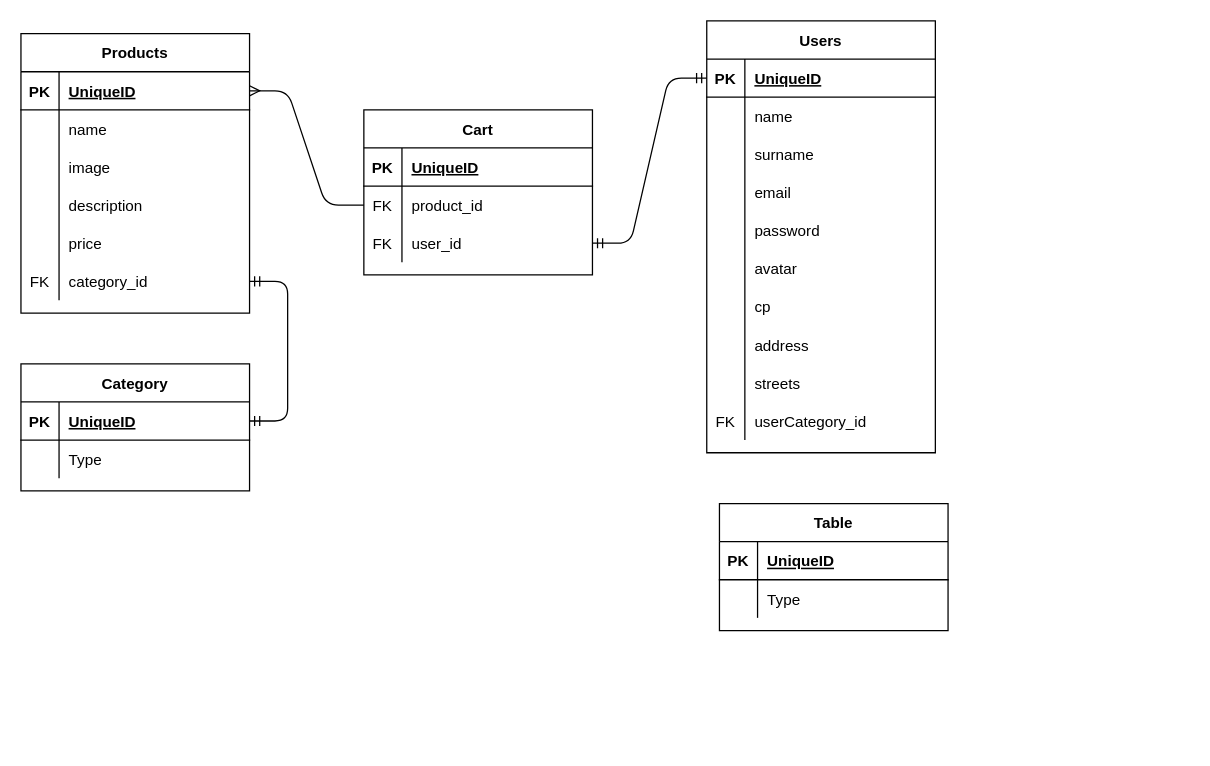
Before: tablesdb.drawio in 1120CDFSNCN29ARED/grupo-07, a draw.io diagram. Source tidied: cells renumbered, new cells numbered last; positions are measured from the earlier drawing's top-left corner, leaving out a move shared by most shapes. Both pictures are drawn from the tidied source at 127%, with x=0, y=0 at pixel (20, 20).
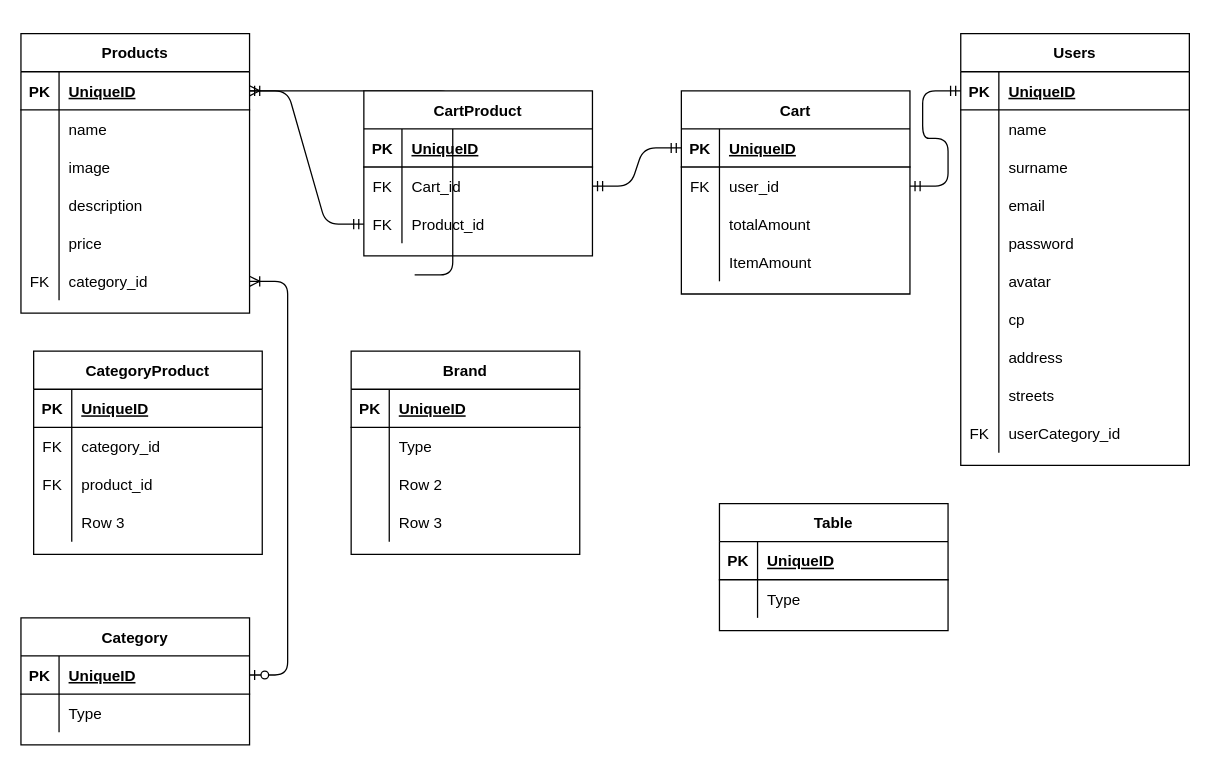
The same page after the edit.

Unchanged cells that the change refers to:
```xml
<mxCell id="3" style="shape=partialRectangle;fillColor=none;top=0;left=0;bottom=1;right=0;points=[[0,0.5],[1,0.5]];portConstraint=eastwest;" parent="2" vertex="1">
  <mxGeometry y="30" width="180" height="30" as="geometry" />
</mxCell>
<mxCell id="18" style="shape=partialRectangle;fillColor=none;top=0;left=0;bottom=0;right=0;points=[[0,0.5],[1,0.5]];portConstraint=eastwest;" parent="2" vertex="1">
  <mxGeometry y="180" width="180" height="30" as="geometry" />
</mxCell>
<mxCell id="53" style="shape=partialRectangle;fillColor=none;top=0;left=0;bottom=1;right=0;points=[[0,0.5],[1,0.5]];portConstraint=eastwest;" parent="52" vertex="1">
  <mxGeometry y="30" width="180" height="30" as="geometry" />
</mxCell>
<mxCell id="68" style="shape=partialRectangle;fillColor=none;top=0;left=0;bottom=1;right=0;points=[[0,0.5],[1,0.5]];portConstraint=eastwest;" parent="67" vertex="1">
  <mxGeometry y="30" width="180" height="30" as="geometry" />
</mxCell>
```

Diff of the diagram source:
```diff
@@
     <mxCell id="21" value="Users" style="shape=table;startSize=30;childLayout=tableLayout;rowLines=0;fontStyle=1;align=center;" parent="1" vertex="1">
-      <mxGeometry x="540" width="180" height="340" as="geometry" />
+      <mxGeometry x="740" y="10" width="180" height="340" as="geometry" />
     </mxCell>
@@
     <mxCell id="52" value="Category" style="shape=table;startSize=30;childLayout=tableLayout;rowLines=0;fontStyle=1;align=center;" parent="1" vertex="1">
-      <mxGeometry y="270" width="180" height="100" as="geometry" />
+      <mxGeometry y="470" width="180" height="100" as="geometry" />
     </mxCell>
@@
-    <mxCell id="59" style="edgeStyle=entityRelationEdgeStyle;fontSize=12;html=1;endArrow=ERmandOne;startArrow=ERmandOne;entryX=1;entryY=0.5;entryDx=0;entryDy=0;" parent="1" edge="1" source="53" target="18">
-      <mxGeometry relative="1" as="geometry" />
-    </mxCell>
@@
     <mxCell id="67" value="Cart" style="shape=table;startSize=30;childLayout=tableLayout;rowLines=0;fontStyle=1;align=center;" parent="1" vertex="1">
-      <mxGeometry x="270" y="70" width="180" height="130" as="geometry" />
+      <mxGeometry x="520" y="55" width="180" height="160" as="geometry" />
     </mxCell>
@@
-    <mxCell id="71" style="shape=partialRectangle;fillColor=none;top=0;left=0;bottom=0;right=0;points=[[0,0.5],[1,0.5]];portConstraint=eastwest;" parent="67" vertex="1">
-      <mxGeometry y="60" width="180" height="30" as="geometry" />
-    </mxCell>
-    <mxCell id="72" value="FK" style="shape=partialRectangle;fillColor=none;top=0;left=0;bottom=0;right=0;overflow=hidden;" parent="71" vertex="1">
-      <mxGeometry width="30" height="30" as="geometry" />
-    </mxCell>
-    <mxCell id="73" value="product_id" style="shape=partialRectangle;fillColor=none;top=0;left=0;bottom=0;right=0;align=left;spacingLeft=6;overflow=hidden;" parent="71" vertex="1">
-      <mxGeometry x="30" width="150" height="30" as="geometry" />
-    </mxCell>
     <mxCell id="74" style="shape=partialRectangle;fillColor=none;top=0;left=0;bottom=0;right=0;points=[[0,0.5],[1,0.5]];portConstraint=eastwest;" parent="67" vertex="1">
-      <mxGeometry y="90" width="180" height="30" as="geometry" />
+      <mxGeometry y="60" width="180" height="30" as="geometry" />
     </mxCell>
@@
+    <mxCell id="79" style="shape=partialRectangle;fillColor=none;top=0;left=0;bottom=0;right=0;" parent="67" vertex="1">
+      <mxGeometry y="90" width="180" height="30" as="geometry" />
+    </mxCell>
+    <mxCell id="80" style="shape=partialRectangle;fillColor=none;top=0;left=0;bottom=0;right=0;overflow=hidden;" parent="79" vertex="1">
+      <mxGeometry width="30" height="30" as="geometry" />
+    </mxCell>
+    <mxCell id="81" value="totalAmount" style="shape=partialRectangle;fillColor=none;top=0;left=0;bottom=0;right=0;align=left;spacingLeft=6;overflow=hidden;" parent="79" vertex="1">
+      <mxGeometry x="30" width="150" height="30" as="geometry" />
+    </mxCell>
+    <mxCell id="82" style="shape=partialRectangle;fillColor=none;top=0;left=0;bottom=0;right=0;" parent="67" vertex="1">
+      <mxGeometry y="120" width="180" height="30" as="geometry" />
+    </mxCell>
+    <mxCell id="83" style="shape=partialRectangle;fillColor=none;top=0;left=0;bottom=0;right=0;overflow=hidden;" parent="82" vertex="1">
+      <mxGeometry width="30" height="30" as="geometry" />
+    </mxCell>
+    <mxCell id="84" value="ItemAmount" style="shape=partialRectangle;fillColor=none;top=0;left=0;bottom=0;right=0;align=left;spacingLeft=6;overflow=hidden;" parent="82" vertex="1">
+      <mxGeometry x="30" width="150" height="30" as="geometry" />
+    </mxCell>
-    <mxCell id="77" style="edgeStyle=entityRelationEdgeStyle;fontSize=12;html=1;endArrow=ERmany;exitX=0;exitY=0.5;exitDx=0;exitDy=0;" parent="1" edge="1" source="71" target="3">
-      <mxGeometry relative="1" as="geometry" />
+    <mxCell id="77" style="edgeStyle=entityRelationEdgeStyle;fontSize=12;html=1;endArrow=ERmany;exitX=0;exitY=0.5;exitDx=0;exitDy=0;" parent="1" edge="1" target="3">
+      <mxGeometry relative="1" as="geometry">
+        <mxPoint x="310" y="200" as="sourcePoint" />
+      </mxGeometry>
     </mxCell>
@@
+    <mxCell id="85" value="CartProduct" style="shape=table;startSize=30;childLayout=tableLayout;rowLines=0;fontStyle=1;align=center;" parent="1" vertex="1">
+      <mxGeometry x="270" y="55" width="180" height="130" as="geometry" />
+    </mxCell>
+    <mxCell id="86" style="shape=partialRectangle;fillColor=none;top=0;left=0;bottom=1;right=0;points=[[0,0.5],[1,0.5]];portConstraint=eastwest;" parent="85" vertex="1">
+      <mxGeometry y="30" width="180" height="30" as="geometry" />
+    </mxCell>
+    <mxCell id="87" value="PK" style="shape=partialRectangle;fillColor=none;top=0;left=0;bottom=0;right=0;fontStyle=1;overflow=hidden;" parent="86" vertex="1">
+      <mxGeometry width="30" height="30" as="geometry" />
+    </mxCell>
+    <mxCell id="88" value="UniqueID" style="shape=partialRectangle;fillColor=none;top=0;left=0;bottom=0;right=0;align=left;spacingLeft=6;fontStyle=5;overflow=hidden;" parent="86" vertex="1">
+      <mxGeometry x="30" width="150" height="30" as="geometry" />
+    </mxCell>
+    <mxCell id="89" style="shape=partialRectangle;fillColor=none;top=0;left=0;bottom=0;right=0;points=[[0,0.5],[1,0.5]];portConstraint=eastwest;" parent="85" vertex="1">
+      <mxGeometry y="60" width="180" height="30" as="geometry" />
+    </mxCell>
+    <mxCell id="90" value="FK" style="shape=partialRectangle;fillColor=none;top=0;left=0;bottom=0;right=0;overflow=hidden;" parent="89" vertex="1">
+      <mxGeometry width="30" height="30" as="geometry" />
+    </mxCell>
+    <mxCell id="91" value="Cart_id" style="shape=partialRectangle;fillColor=none;top=0;left=0;bottom=0;right=0;align=left;spacingLeft=6;overflow=hidden;" parent="89" vertex="1">
+      <mxGeometry x="30" width="150" height="30" as="geometry" />
+    </mxCell>
+    <mxCell id="92" style="shape=partialRectangle;fillColor=none;top=0;left=0;bottom=0;right=0;points=[[0,0.5],[1,0.5]];portConstraint=eastwest;" parent="85" vertex="1">
+      <mxGeometry y="90" width="180" height="30" as="geometry" />
+    </mxCell>
+    <mxCell id="93" value="FK" style="shape=partialRectangle;fillColor=none;top=0;left=0;bottom=0;right=0;overflow=hidden;" parent="92" vertex="1">
+      <mxGeometry width="30" height="30" as="geometry" />
+    </mxCell>
+    <mxCell id="94" value="Product_id" style="shape=partialRectangle;fillColor=none;top=0;left=0;bottom=0;right=0;align=left;spacingLeft=6;overflow=hidden;" parent="92" vertex="1">
+      <mxGeometry x="30" width="150" height="30" as="geometry" />
+    </mxCell>
+    <mxCell id="95" style="edgeStyle=orthogonalEdgeStyle;rounded=0;orthogonalLoop=1;jettySize=auto;html=1;exitX=1;exitY=0.5;exitDx=0;exitDy=0;" parent="85" edge="1" source="86" target="86">
+      <mxGeometry relative="1" as="geometry" />
+    </mxCell>
+    <mxCell id="96" style="edgeStyle=entityRelationEdgeStyle;fontSize=12;html=1;endArrow=ERmandOne;startArrow=ERmandOne;entryX=1;entryY=0.5;entryDx=0;entryDy=0;exitX=0;exitY=0.5;exitDx=0;exitDy=0;" parent="1" edge="1" source="92" target="3">
+      <mxGeometry relative="1" as="geometry" />
+    </mxCell>
+    <mxCell id="97" style="edgeStyle=entityRelationEdgeStyle;fontSize=12;html=1;endArrow=ERmandOne;startArrow=ERmandOne;exitX=1;exitY=0.5;exitDx=0;exitDy=0;entryX=0;entryY=0.5;entryDx=0;entryDy=0;" parent="1" edge="1" source="89" target="68">
+      <mxGeometry relative="1" as="geometry" />
+    </mxCell>
+    <mxCell id="59" style="edgeStyle=entityRelationEdgeStyle;fontSize=12;html=1;endArrow=ERoneToMany;startArrow=ERzeroToOne;entryX=1;entryY=0.5;entryDx=0;entryDy=0;exitX=1;exitY=0.5;exitDx=0;exitDy=0;" parent="1" edge="1" source="53" target="18">
+      <mxGeometry relative="1" as="geometry" />
+    </mxCell>
+    <mxCell id="98" value="Brand" style="shape=table;startSize=30;childLayout=tableLayout;rowLines=0;fontStyle=1;align=center;" parent="1" vertex="1">
+      <mxGeometry x="260" y="260" width="180" height="160" as="geometry" />
+    </mxCell>
+    <mxCell id="99" style="shape=partialRectangle;fillColor=none;top=0;left=0;bottom=1;right=0;" parent="98" vertex="1">
+      <mxGeometry y="30" width="180" height="30" as="geometry" />
+    </mxCell>
+    <mxCell id="100" value="PK" style="shape=partialRectangle;fillColor=none;top=0;left=0;bottom=0;right=0;fontStyle=1;overflow=hidden;" parent="99" vertex="1">
+      <mxGeometry width="30" height="30" as="geometry" />
+    </mxCell>
+    <mxCell id="101" value="UniqueID" style="shape=partialRectangle;fillColor=none;top=0;left=0;bottom=0;right=0;align=left;spacingLeft=6;fontStyle=5;overflow=hidden;" parent="99" vertex="1">
+      <mxGeometry x="30" width="150" height="30" as="geometry" />
+    </mxCell>
+    <mxCell id="102" style="shape=partialRectangle;fillColor=none;top=0;left=0;bottom=0;right=0;" parent="98" vertex="1">
+      <mxGeometry y="60" width="180" height="30" as="geometry" />
+    </mxCell>
+    <mxCell id="103" style="shape=partialRectangle;fillColor=none;top=0;left=0;bottom=0;right=0;overflow=hidden;" parent="102" vertex="1">
+      <mxGeometry width="30" height="30" as="geometry" />
+    </mxCell>
+    <mxCell id="104" value="Type" style="shape=partialRectangle;fillColor=none;top=0;left=0;bottom=0;right=0;align=left;spacingLeft=6;overflow=hidden;" parent="102" vertex="1">
+      <mxGeometry x="30" width="150" height="30" as="geometry" />
+    </mxCell>
+    <mxCell id="105" style="shape=partialRectangle;fillColor=none;top=0;left=0;bottom=0;right=0;" parent="98" vertex="1">
+      <mxGeometry y="90" width="180" height="30" as="geometry" />
+    </mxCell>
+    <mxCell id="106" style="shape=partialRectangle;fillColor=none;top=0;left=0;bottom=0;right=0;overflow=hidden;" parent="105" vertex="1">
+      <mxGeometry width="30" height="30" as="geometry" />
+    </mxCell>
+    <mxCell id="107" value="Row 2" style="shape=partialRectangle;fillColor=none;top=0;left=0;bottom=0;right=0;align=left;spacingLeft=6;overflow=hidden;" parent="105" vertex="1">
+      <mxGeometry x="30" width="150" height="30" as="geometry" />
+    </mxCell>
+    <mxCell id="108" style="shape=partialRectangle;fillColor=none;top=0;left=0;bottom=0;right=0;" parent="98" vertex="1">
+      <mxGeometry y="120" width="180" height="30" as="geometry" />
+    </mxCell>
+    <mxCell id="109" style="shape=partialRectangle;fillColor=none;top=0;left=0;bottom=0;right=0;overflow=hidden;" parent="108" vertex="1">
+      <mxGeometry width="30" height="30" as="geometry" />
+    </mxCell>
+    <mxCell id="110" value="Row 3" style="shape=partialRectangle;fillColor=none;top=0;left=0;bottom=0;right=0;align=left;spacingLeft=6;overflow=hidden;" parent="108" vertex="1">
+      <mxGeometry x="30" width="150" height="30" as="geometry" />
+    </mxCell>
+    <mxCell id="111" value="CategoryProduct" style="shape=table;startSize=30;childLayout=tableLayout;rowLines=0;fontStyle=1;align=center;" parent="1" vertex="1">
+      <mxGeometry x="10" y="260" width="180" height="160" as="geometry" />
+    </mxCell>
+    <mxCell id="112" style="shape=partialRectangle;fillColor=none;top=0;left=0;bottom=1;right=0;" parent="111" vertex="1">
+      <mxGeometry y="30" width="180" height="30" as="geometry" />
+    </mxCell>
+    <mxCell id="113" value="PK" style="shape=partialRectangle;fillColor=none;top=0;left=0;bottom=0;right=0;fontStyle=1;overflow=hidden;" parent="112" vertex="1">
+      <mxGeometry width="30" height="30" as="geometry" />
+    </mxCell>
+    <mxCell id="114" value="UniqueID" style="shape=partialRectangle;fillColor=none;top=0;left=0;bottom=0;right=0;align=left;spacingLeft=6;fontStyle=5;overflow=hidden;" parent="112" vertex="1">
+      <mxGeometry x="30" width="150" height="30" as="geometry" />
+    </mxCell>
+    <mxCell id="115" style="shape=partialRectangle;fillColor=none;top=0;left=0;bottom=0;right=0;" parent="111" vertex="1">
+      <mxGeometry y="60" width="180" height="30" as="geometry" />
+    </mxCell>
+    <mxCell id="116" value="FK" style="shape=partialRectangle;fillColor=none;top=0;left=0;bottom=0;right=0;overflow=hidden;" parent="115" vertex="1">
+      <mxGeometry width="30" height="30" as="geometry" />
+    </mxCell>
+    <mxCell id="117" value="category_id" style="shape=partialRectangle;fillColor=none;top=0;left=0;bottom=0;right=0;align=left;spacingLeft=6;overflow=hidden;" parent="115" vertex="1">
+      <mxGeometry x="30" width="150" height="30" as="geometry" />
+    </mxCell>
+    <mxCell id="118" style="shape=partialRectangle;fillColor=none;top=0;left=0;bottom=0;right=0;" parent="111" vertex="1">
+      <mxGeometry y="90" width="180" height="30" as="geometry" />
+    </mxCell>
+    <mxCell id="119" value="FK" style="shape=partialRectangle;fillColor=none;top=0;left=0;bottom=0;right=0;overflow=hidden;" parent="118" vertex="1">
+      <mxGeometry width="30" height="30" as="geometry" />
+    </mxCell>
+    <mxCell id="73" value="product_id" style="shape=partialRectangle;fillColor=none;top=0;left=0;bottom=0;right=0;align=left;spacingLeft=6;overflow=hidden;" parent="118" vertex="1">
+      <mxGeometry x="30" width="150" height="30" as="geometry" />
+    </mxCell>
+    <mxCell id="120" style="shape=partialRectangle;fillColor=none;top=0;left=0;bottom=0;right=0;" parent="111" vertex="1">
+      <mxGeometry y="120" width="180" height="30" as="geometry" />
+    </mxCell>
+    <mxCell id="121" style="shape=partialRectangle;fillColor=none;top=0;left=0;bottom=0;right=0;overflow=hidden;" parent="120" vertex="1">
+      <mxGeometry width="30" height="30" as="geometry" />
+    </mxCell>
+    <mxCell id="122" value="Row 3" style="shape=partialRectangle;fillColor=none;top=0;left=0;bottom=0;right=0;align=left;spacingLeft=6;overflow=hidden;" parent="120" vertex="1">
+      <mxGeometry x="30" width="150" height="30" as="geometry" />
+    </mxCell>
```
